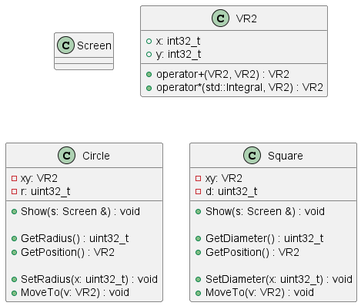
Above: media/lab1.png in NaumiK/OOP_Labs (PlantUML), before the change.
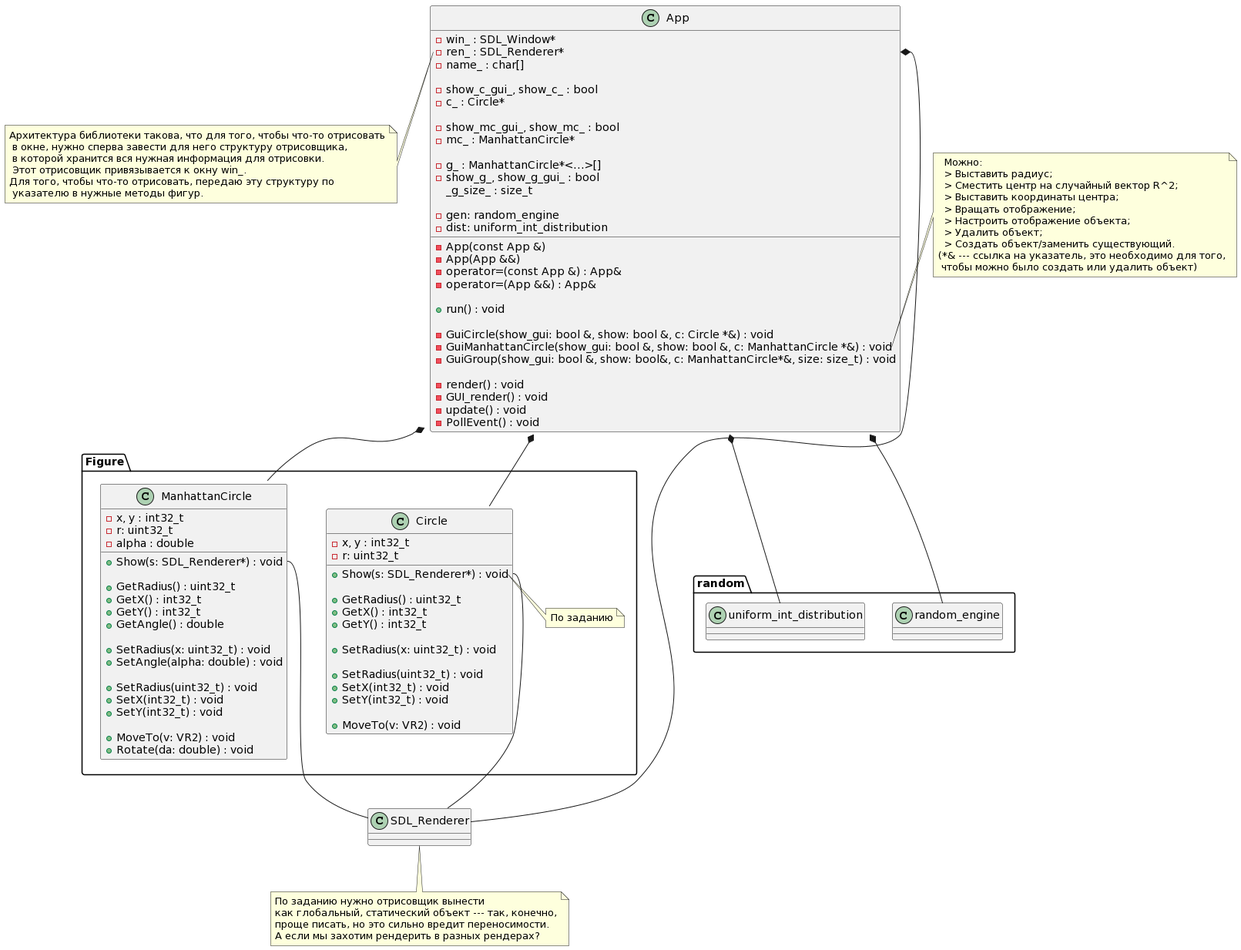
Above is the later version.

The edit, as a diff of the source:
```diff
@@ -1,40 +1,140 @@
 @startuml
+class App {
+  -win_ : SDL_Window*
+  -ren_ : SDL_Renderer*
+  -name_ : char[]
 
-class Screen
+  -show_c_gui_, show_c_ : bool
+  -c_ : Circle*
 
-class VR2 {
-  +x: int32_t
-  +y: int32_t
+  -show_mc_gui_, show_mc_ : bool
+  -mc_ : ManhattanCircle*
 
-  +operator+(VR2, VR2) : VR2
-  +operator*(std::Integral, VR2) : VR2
+  -g_ : ManhattanCircle*<...>[]
+  -show_g_, show_g_gui_ : bool
+  _g_size_ : size_t
+
+  -gen: random_engine
+  -dist: uniform_int_distribution
+
+  -App(const App &)
+  -App(App &&)
+  -operator=(const App &) : App&
+  -operator=(App &&) : App&
+
+  +run() : void
+
+  -GuiCircle(show_gui: bool &, show: bool &, c: Circle *&) : void
+  -GuiManhattanCircle(show_gui: bool &, show: bool &, c: ManhattanCircle *&) : void
+  -GuiGroup(show_gui: bool &, show: bool&, c: ManhattanCircle*&, size: size_t) : void
+
+  -render() : void
+  -GUI_render() : void
+  -update() : void
+  -PollEvent() : void
 }
 
+class SDL_Renderer
 
+namespace Figure {
 class Circle {
-  -xy: VR2
+  -x, y : int32_t
   -r: uint32_t
 
-  +Show(s: Screen &) : void
+  +Show(s: SDL_Renderer*) : void
 
   +GetRadius() : uint32_t
-  +GetPosition() : VR2
+  +GetX() : int32_t
+  +GetY() : int32_t
 
   +SetRadius(x: uint32_t) : void
+
+  +SetRadius(uint32_t) : void
+  +SetX(int32_t) : void
+  +SetY(int32_t) : void
+
   +MoveTo(v: VR2) : void
 }
 
-class Square {
-  -xy: VR2
-  -d: uint32_t
+class ManhattanCircle {
+  -x, y : int32_t
+  -r: uint32_t
+  -alpha : double
 
-  +Show(s: Screen &) : void
+  +Show(s: SDL_Renderer*) : void
 
-  +GetDiameter() : uint32_t
-  +GetPosition() : VR2
+  +GetRadius() : uint32_t
+  +GetX() : int32_t
+  +GetY() : int32_t
+  +GetAngle() : double
 
-  +SetDiameter(x: uint32_t) : void
+  +SetRadius(x: uint32_t) : void
+  +SetAngle(alpha: double) : void
+
+  +SetRadius(uint32_t) : void
+  +SetX(int32_t) : void
+  +SetY(int32_t) : void
+
   +MoveTo(v: VR2) : void
+  +Rotate(da: double) : void
+}
+note right of Circle::Show
+  По заданию
+end note
 }
 
+namespace random {
+  class random_engine
+  class uniform_int_distribution
+}
+
+App *-- Circle
+App *-- ManhattanCircle
+App *-- random_engine
+App *-- uniform_int_distribution
+App::ren_ *-- SDL_Renderer
+Circle::Show -- SDL_Renderer
+ManhattanCircle::Show -- SDL_Renderer
+
+note left of App::ren_
+  Архитектура библиотеки такова, что для того, чтобы что-то отрисовать
+   в окне, нужно сперва завести для него структуру отрисовщика,
+   в которой хранится вся нужная информация для отрисовки.
+   Этот отрисовщик привязывается к окну win_.
+  Для того, чтобы что-то отрисовать, передаю эту структуру по
+   указателю в нужные методы фигур.
+end note
+
+note right of App::GuiManhattanCircle
+  Можно:
+  > Выставить радиус;
+  > Сместить центр на случайный вектор R^2;
+  > Выставить координаты центра;
+  > Вращать отображение;
+  > Настроить отображение объекта;
+  > Удалить объект;
+  > Создать объект/заменить существующий.
+(*& --- ссылка на указатель, это необходимо для того,
+ чтобы можно было создать или удалить объект)
+end note
+
+note left of App::show_gc_
+  Раз нельзя использовать умышленную агрегацию,
+  придётся тогда раскидать сами объекты
+  и булевы значения по разным спискам
+end note
+
+
+note left of App::App
+  Запрещено:
+  > Копирование объекта;
+  > Перемещение объекта.
+end note
+
+note bottom of SDL_Renderer
+  По заданию нужно отрисовщик вынести
+  как глобальный, статический объект --- так, конечно,
+  проще писать, но это сильно вредит переносимости.
+  А если мы захотим рендерить в разных рендерах?
+end note
 @enduml
```
